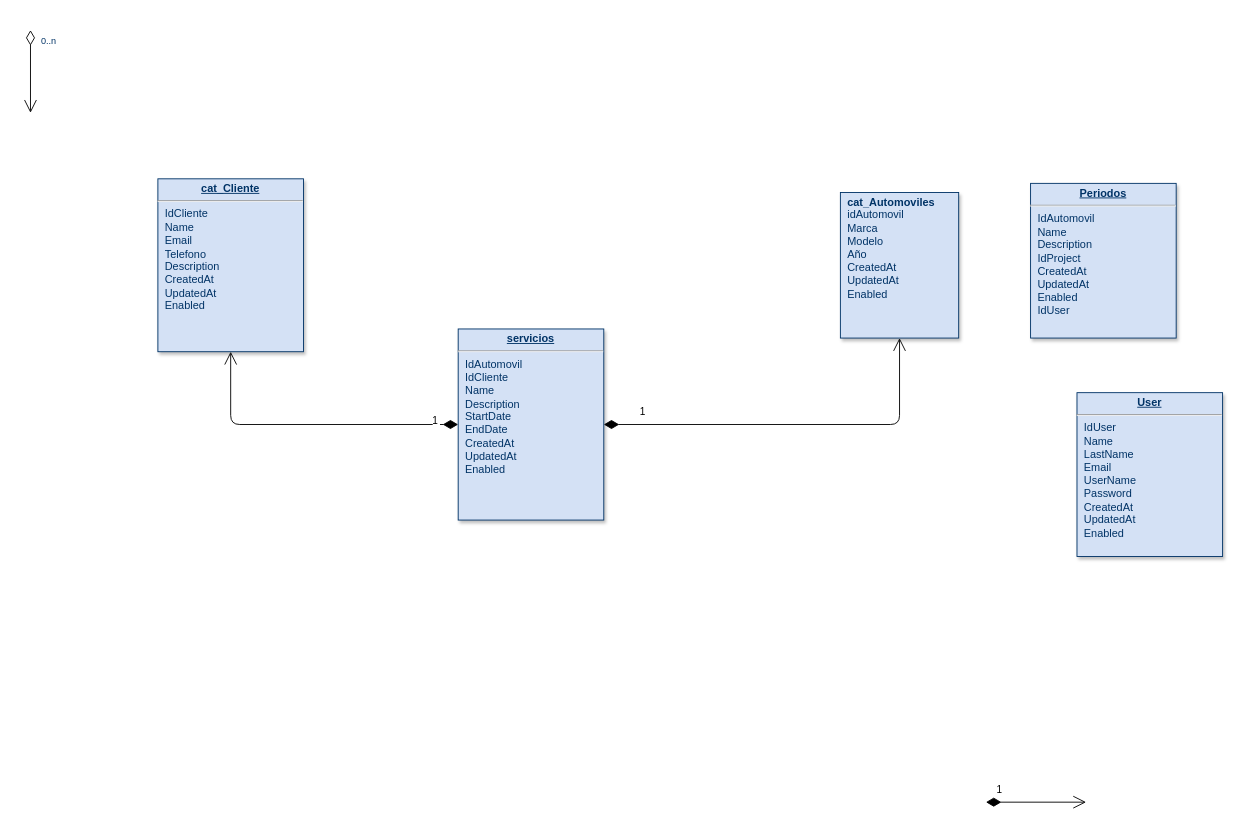
Earlier version of the draw.io diagram Untitled Diagram.drawio (urieliram/Utilities). Source tidied: cells renumbered, new cells numbered last; positions are measured from the earlier drawing's top-left corner, leaving out a move shared by most shapes. Both pictures are drawn from the tidied source at 91%, with x=0, y=0 at pixel (30, 30).
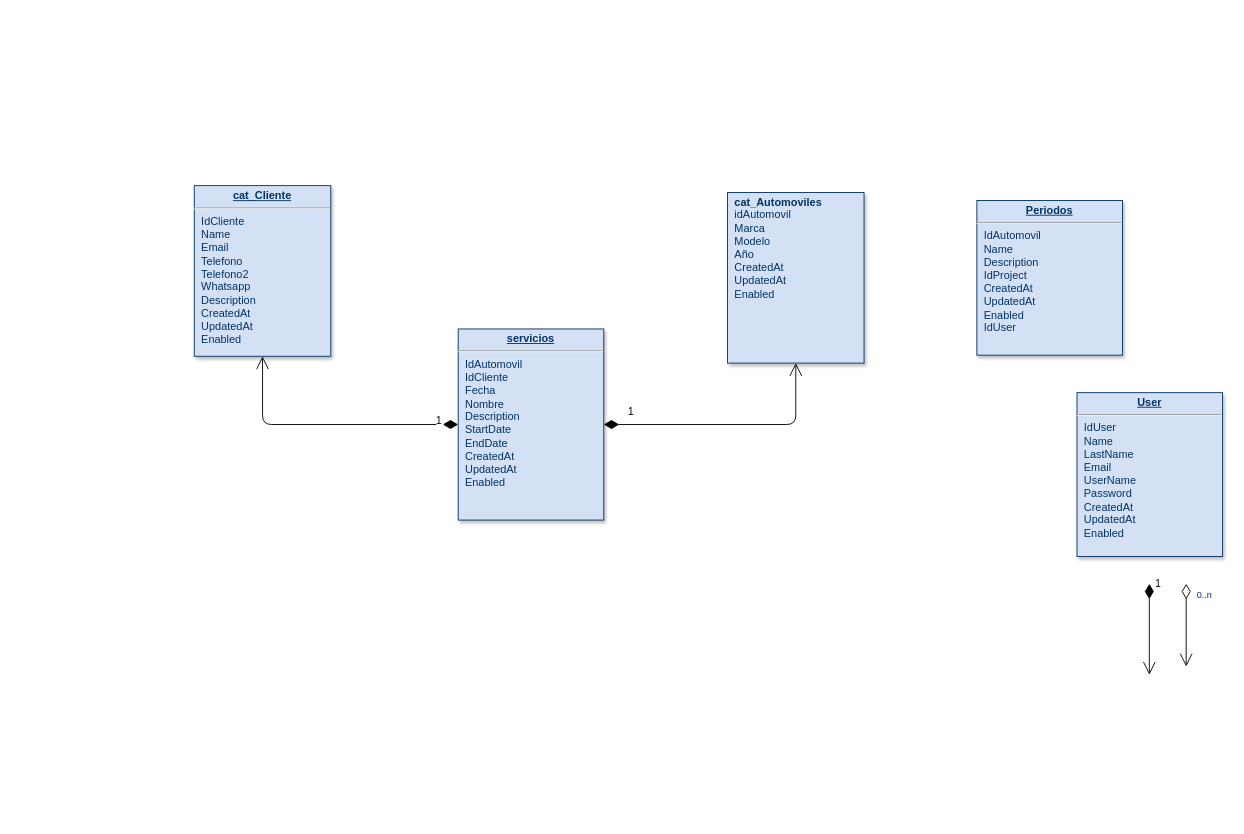
The same diagram, later.

What changed in the source:
```diff
@@
 <mxGraphModel>
   <root>
     <mxCell id="0" />
     <mxCell id="1" parent="0" />
     <mxCell id="2" value="&lt;p style=&quot;margin: 0px; margin-top: 4px; text-align: center; text-decoration: underline;&quot;&gt;&lt;strong&gt;User&lt;/strong&gt;&lt;/p&gt;&lt;hr&gt;&lt;p style=&quot;margin: 0px; margin-left: 8px;&quot;&gt;IdUser&lt;/p&gt;&lt;p style=&quot;margin: 0px; margin-left: 8px;&quot;&gt;&lt;span style=&quot;background-color: initial;&quot;&gt;Name&lt;/span&gt;&lt;br&gt;&lt;/p&gt;&lt;p style=&quot;margin: 0px; margin-left: 8px;&quot;&gt;LastName&lt;/p&gt;&lt;p style=&quot;margin: 0px; margin-left: 8px;&quot;&gt;Email&lt;/p&gt;&lt;p style=&quot;margin: 0px; margin-left: 8px;&quot;&gt;UserName&lt;/p&gt;&lt;p style=&quot;margin: 0px; margin-left: 8px;&quot;&gt;Password&lt;/p&gt;&lt;p style=&quot;margin: 0px; margin-left: 8px;&quot;&gt;CreatedAt&lt;/p&gt;&lt;p style=&quot;margin: 0px; margin-left: 8px;&quot;&gt;UpdatedAt&lt;/p&gt;&lt;p style=&quot;margin: 0px; margin-left: 8px;&quot;&gt;Enabled&lt;/p&gt;" style="verticalAlign=top;align=left;overflow=fill;fontSize=12;fontFamily=Helvetica;html=1;strokeColor=#003366;shadow=1;fillColor=#D4E1F5;fontColor=#003366;" parent="1" vertex="1">
       <mxGeometry x="1150" y="398" width="160" height="180" as="geometry" />
     </mxCell>
-    <mxCell id="3" value="&lt;p style=&quot;margin: 0px; margin-top: 4px; text-align: center; text-decoration: underline;&quot;&gt;&lt;strong&gt;cat_Cliente&lt;/strong&gt;&lt;/p&gt;&lt;hr&gt;&lt;p style=&quot;margin: 0px; margin-left: 8px;&quot;&gt;IdCliente&lt;/p&gt;&lt;p style=&quot;margin: 0px; margin-left: 8px;&quot;&gt;&lt;span style=&quot;background-color: initial;&quot;&gt;Name&lt;/span&gt;&lt;br&gt;&lt;/p&gt;&lt;p style=&quot;border-color: var(--border-color); margin: 0px 0px 0px 8px;&quot;&gt;Email&lt;/p&gt;&lt;p style=&quot;border-color: var(--border-color); margin: 0px 0px 0px 8px;&quot;&gt;Telefono&lt;/p&gt;&lt;p style=&quot;margin: 0px; margin-left: 8px;&quot;&gt;Description&lt;/p&gt;&lt;p style=&quot;margin: 0px; margin-left: 8px;&quot;&gt;CreatedAt&lt;/p&gt;&lt;p style=&quot;margin: 0px; margin-left: 8px;&quot;&gt;UpdatedAt&lt;/p&gt;&lt;p style=&quot;margin: 0px; margin-left: 8px;&quot;&gt;Enabled&lt;/p&gt;" style="verticalAlign=top;align=left;overflow=fill;fontSize=12;fontFamily=Helvetica;html=1;strokeColor=#003366;shadow=1;fillColor=#D4E1F5;fontColor=#003366;" parent="1" vertex="1">
-      <mxGeometry x="140" y="163" width="160" height="190" as="geometry" />
+    <mxCell id="3" value="&lt;p style=&quot;margin: 0px; margin-top: 4px; text-align: center; text-decoration: underline;&quot;&gt;&lt;strong&gt;cat_Cliente&lt;/strong&gt;&lt;/p&gt;&lt;hr&gt;&lt;p style=&quot;margin: 0px; margin-left: 8px;&quot;&gt;IdCliente&lt;/p&gt;&lt;p style=&quot;margin: 0px; margin-left: 8px;&quot;&gt;&lt;span style=&quot;background-color: initial;&quot;&gt;Name&lt;/span&gt;&lt;br&gt;&lt;/p&gt;&lt;p style=&quot;border-color: var(--border-color); margin: 0px 0px 0px 8px;&quot;&gt;Email&lt;/p&gt;&lt;p style=&quot;border-color: var(--border-color); margin: 0px 0px 0px 8px;&quot;&gt;Telefono&lt;/p&gt;&lt;p style=&quot;border-color: var(--border-color); margin: 0px 0px 0px 8px;&quot;&gt;Telefono2&lt;/p&gt;&lt;p style=&quot;border-color: var(--border-color); margin: 0px 0px 0px 8px;&quot;&gt;Whatsapp&lt;/p&gt;&lt;p style=&quot;margin: 0px; margin-left: 8px;&quot;&gt;Description&lt;/p&gt;&lt;p style=&quot;margin: 0px; margin-left: 8px;&quot;&gt;CreatedAt&lt;/p&gt;&lt;p style=&quot;margin: 0px; margin-left: 8px;&quot;&gt;UpdatedAt&lt;/p&gt;&lt;p style=&quot;margin: 0px; margin-left: 8px;&quot;&gt;Enabled&lt;/p&gt;" style="verticalAlign=top;align=left;overflow=fill;fontSize=12;fontFamily=Helvetica;html=1;strokeColor=#003366;shadow=1;fillColor=#D4E1F5;fontColor=#003366;" parent="1" vertex="1">
+      <mxGeometry x="180" y="170.5" width="150" height="187.5" as="geometry" />
     </mxCell>
     <mxCell id="4" value="&lt;p style=&quot;margin: 0px; margin-top: 4px; text-align: center; text-decoration: underline;&quot;&gt;&lt;b&gt;Periodos&lt;/b&gt;&lt;/p&gt;&lt;hr&gt;&lt;p style=&quot;margin: 0px; margin-left: 8px;&quot;&gt;IdAutomovil&lt;/p&gt;&lt;p style=&quot;margin: 0px; margin-left: 8px;&quot;&gt;Name&lt;/p&gt;&lt;p style=&quot;margin: 0px; margin-left: 8px;&quot;&gt;Description&lt;/p&gt;&lt;p style=&quot;margin: 0px; margin-left: 8px;&quot;&gt;IdProject&lt;/p&gt;&lt;p style=&quot;margin: 0px; margin-left: 8px;&quot;&gt;CreatedAt&lt;/p&gt;&lt;p style=&quot;margin: 0px; margin-left: 8px;&quot;&gt;UpdatedAt&lt;/p&gt;&lt;p style=&quot;margin: 0px; margin-left: 8px;&quot;&gt;Enabled&lt;/p&gt;&lt;p style=&quot;margin: 0px; margin-left: 8px;&quot;&gt;IdUser&lt;/p&gt;" style="verticalAlign=top;align=left;overflow=fill;fontSize=12;fontFamily=Helvetica;html=1;strokeColor=#003366;shadow=1;fillColor=#D4E1F5;fontColor=#003366;" parent="1" vertex="1">
-      <mxGeometry x="1099" y="168" width="160" height="170" as="geometry" />
+      <mxGeometry x="1040" y="186.8" width="160" height="170" as="geometry" />
     </mxCell>
     <mxCell id="5" value="&lt;p style=&quot;margin: 0px; margin-top: 4px; text-align: center; text-decoration: underline;&quot;&gt;&lt;/p&gt;&lt;p style=&quot;margin: 0px; margin-left: 8px;&quot;&gt;&lt;b&gt;cat_Automoviles&lt;/b&gt;&lt;/p&gt;&lt;p style=&quot;margin: 0px; margin-left: 8px;&quot;&gt;idAutomovil&lt;/p&gt;&lt;p style=&quot;margin: 0px; margin-left: 8px;&quot;&gt;Marca&lt;/p&gt;&lt;p style=&quot;margin: 0px; margin-left: 8px;&quot;&gt;Modelo&lt;/p&gt;&lt;p style=&quot;margin: 0px; margin-left: 8px;&quot;&gt;Año&lt;/p&gt;&lt;p style=&quot;border-color: var(--border-color); margin: 0px 0px 0px 8px;&quot;&gt;CreatedAt&lt;/p&gt;&lt;p style=&quot;border-color: var(--border-color); margin: 0px 0px 0px 8px;&quot;&gt;UpdatedAt&lt;/p&gt;&lt;p style=&quot;border-color: var(--border-color); margin: 0px 0px 0px 8px;&quot;&gt;Enabled&lt;/p&gt;&lt;p style=&quot;margin: 0px; margin-left: 8px;&quot;&gt;&lt;br&gt;&lt;/p&gt;" style="verticalAlign=top;align=left;overflow=fill;fontSize=12;fontFamily=Helvetica;html=1;strokeColor=#003366;shadow=1;fillColor=#D4E1F5;fontColor=#003366;" parent="1" vertex="1">
-      <mxGeometry x="890" y="178" width="130" height="160" as="geometry" />
+      <mxGeometry x="766" y="178" width="150" height="187.5" as="geometry" />
     </mxCell>
-    <mxCell id="6" value="&lt;p style=&quot;margin: 0px ; margin-top: 4px ; text-align: center ; text-decoration: underline&quot;&gt;&lt;strong&gt;servicios&lt;/strong&gt;&lt;/p&gt;&lt;hr style=&quot;border-color: var(--border-color);&quot;&gt;&lt;p style=&quot;border-color: var(--border-color); margin: 0px 0px 0px 8px;&quot;&gt;IdAutomovil&lt;/p&gt;&lt;p style=&quot;border-color: var(--border-color); margin: 0px 0px 0px 8px;&quot;&gt;IdCliente&lt;/p&gt;&lt;p style=&quot;border-color: var(--border-color); margin: 0px 0px 0px 8px;&quot;&gt;Name&lt;/p&gt;&lt;p style=&quot;border-color: var(--border-color); margin: 0px 0px 0px 8px;&quot;&gt;Description&lt;/p&gt;&lt;p style=&quot;border-color: var(--border-color); margin: 0px 0px 0px 8px;&quot;&gt;StartDate&lt;/p&gt;&lt;p style=&quot;border-color: var(--border-color); margin: 0px 0px 0px 8px;&quot;&gt;EndDate&lt;/p&gt;&lt;p style=&quot;border-color: var(--border-color); margin: 0px 0px 0px 8px;&quot;&gt;CreatedAt&lt;/p&gt;&lt;p style=&quot;border-color: var(--border-color); margin: 0px 0px 0px 8px;&quot;&gt;UpdatedAt&lt;/p&gt;&lt;p style=&quot;border-color: var(--border-color); margin: 0px 0px 0px 8px;&quot;&gt;Enabled&lt;/p&gt;" style="verticalAlign=top;align=left;overflow=fill;fontSize=12;fontFamily=Helvetica;html=1;strokeColor=#003366;shadow=1;fillColor=#D4E1F5;fontColor=#003366;" parent="1" vertex="1">
+    <mxCell id="6" value="&lt;p style=&quot;margin: 0px ; margin-top: 4px ; text-align: center ; text-decoration: underline&quot;&gt;&lt;strong&gt;servicios&lt;/strong&gt;&lt;/p&gt;&lt;hr style=&quot;border-color: var(--border-color);&quot;&gt;&lt;p style=&quot;border-color: var(--border-color); margin: 0px 0px 0px 8px;&quot;&gt;IdAutomovil&lt;/p&gt;&lt;p style=&quot;border-color: var(--border-color); margin: 0px 0px 0px 8px;&quot;&gt;IdCliente&lt;/p&gt;&lt;p style=&quot;border-color: var(--border-color); margin: 0px 0px 0px 8px;&quot;&gt;Fecha&lt;/p&gt;&lt;p style=&quot;border-color: var(--border-color); margin: 0px 0px 0px 8px;&quot;&gt;Nombre&lt;/p&gt;&lt;p style=&quot;border-color: var(--border-color); margin: 0px 0px 0px 8px;&quot;&gt;Description&lt;/p&gt;&lt;p style=&quot;border-color: var(--border-color); margin: 0px 0px 0px 8px;&quot;&gt;StartDate&lt;/p&gt;&lt;p style=&quot;border-color: var(--border-color); margin: 0px 0px 0px 8px;&quot;&gt;EndDate&lt;/p&gt;&lt;p style=&quot;border-color: var(--border-color); margin: 0px 0px 0px 8px;&quot;&gt;CreatedAt&lt;/p&gt;&lt;p style=&quot;border-color: var(--border-color); margin: 0px 0px 0px 8px;&quot;&gt;UpdatedAt&lt;/p&gt;&lt;p style=&quot;border-color: var(--border-color); margin: 0px 0px 0px 8px;&quot;&gt;Enabled&lt;/p&gt;" style="verticalAlign=top;align=left;overflow=fill;fontSize=12;fontFamily=Helvetica;html=1;strokeColor=#003366;shadow=1;fillColor=#D4E1F5;fontColor=#003366;" parent="1" vertex="1">
       <mxGeometry x="470" y="328" width="160" height="210" as="geometry" />
     </mxCell>
     <mxCell id="7" style="endArrow=open;endSize=12;startArrow=diamondThin;startSize=14;startFill=0;edgeStyle=orthogonalEdgeStyle;" parent="1" edge="1">
-      <mxGeometry x="-330" y="150" as="geometry">
-        <mxPoint y="-0.4" as="sourcePoint" />
-        <mxPoint y="90.5" as="targetPoint" />
+      <mxGeometry x="940" y="758.4" as="geometry">
+        <mxPoint x="1270" y="608" as="sourcePoint" />
+        <mxPoint x="1270" y="698.9" as="targetPoint" />
       </mxGeometry>
     </mxCell>
     <mxCell id="8" value="0..n" style="align=left;verticalAlign=top;labelBackgroundColor=#ffffff;fontSize=10;strokeColor=#003366;shadow=1;fillColor=#D4E1F5;fontColor=#003366;" parent="7" vertex="1">
       <mxGeometry x="-1" relative="1" as="geometry">
         <mxPoint x="10" as="offset" />
       </mxGeometry>
     </mxCell>
     <mxCell id="9" value="1" style="endArrow=open;endSize=12;startArrow=diamondThin;startSize=14;startFill=1;edgeStyle=orthogonalEdgeStyle;align=left;verticalAlign=bottom;exitX=0;exitY=0.5;exitDx=0;exitDy=0;entryX=0.5;entryY=1;entryDx=0;entryDy=0;" parent="1" edge="1" source="6" target="3">
       <mxGeometry x="-0.82" y="5" relative="1" as="geometry" />
     </mxCell>
     <mxCell id="10" value="1" style="endArrow=open;endSize=12;startArrow=diamondThin;startSize=14;startFill=1;edgeStyle=orthogonalEdgeStyle;align=left;verticalAlign=bottom;" parent="1" edge="1">
       <mxGeometry x="-0.82" y="5" relative="1" as="geometry">
-        <mxPoint x="1050" y="848" as="sourcePoint" />
-        <mxPoint x="1160" y="848" as="targetPoint" />
+        <mxPoint x="1229.5" y="608" as="sourcePoint" />
+        <mxPoint x="1229.5" y="708" as="targetPoint" />
       </mxGeometry>
     </mxCell>
     <mxCell id="11" value="1" style="endArrow=open;endSize=12;startArrow=diamondThin;startSize=14;startFill=1;edgeStyle=orthogonalEdgeStyle;align=left;verticalAlign=bottom;exitX=1;exitY=0.5;exitDx=0;exitDy=0;entryX=0.5;entryY=1;entryDx=0;entryDy=0;" parent="1" edge="1" source="6" target="5">
       <mxGeometry x="-0.82" y="5" relative="1" as="geometry" />
     </mxCell>
   </root>
 </mxGraphModel>
```
